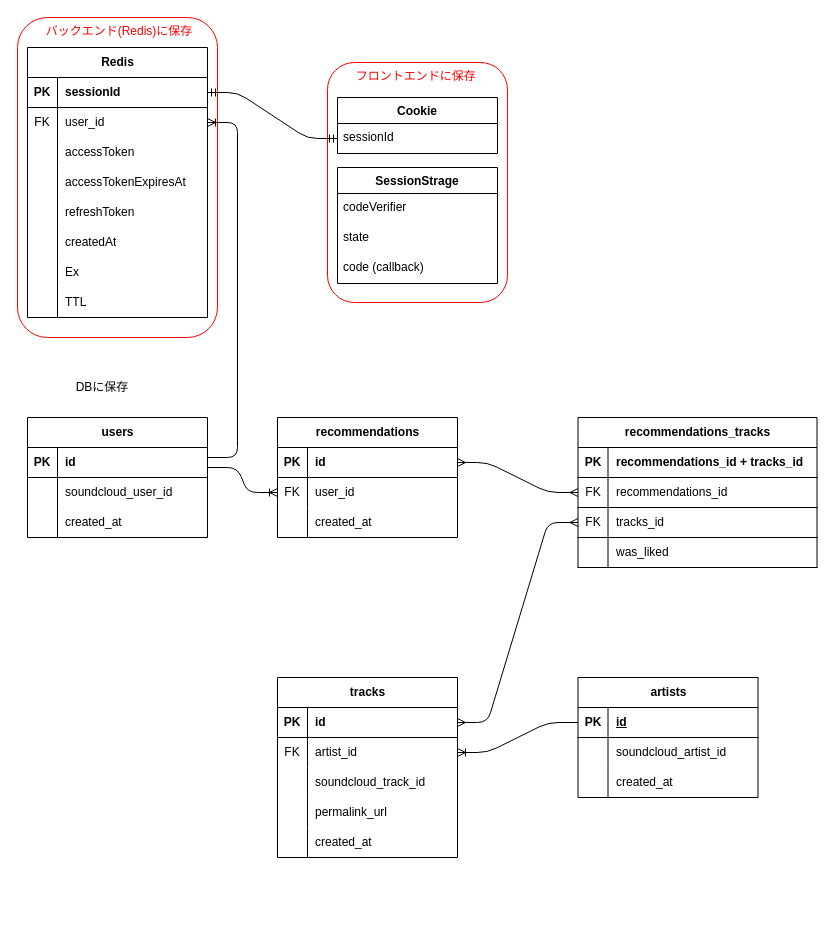
This is docs/er-diagram.drawio from eito0518/digbeats-v3, a draw.io file, before an edit. Source tidied: cells renumbered, new cells numbered last; positions are measured from the earlier drawing's top-left corner, leaving out a move shared by most shapes. Both pictures are drawn from the tidied source at 100%, with x=0, y=0 at pixel (17, 17).
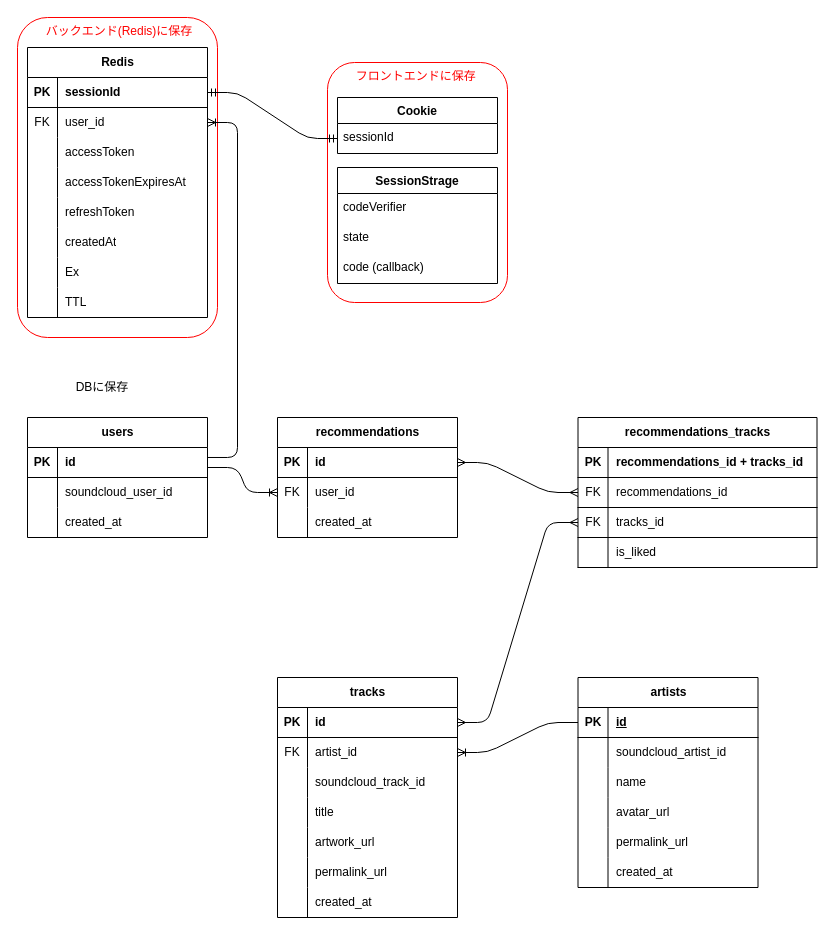
The same diagram, later.

Unchanged cells that the change refers to:
```xml
<mxCell id="66" style="shape=tableRow;horizontal=0;startSize=0;swimlaneHead=0;swimlaneBody=0;fillColor=none;top=0;left=0;right=0;bottom=0;" parent="56" vertex="1">
  <mxGeometry y="120" width="180" height="30" as="geometry" />
</mxCell>
<mxCell id="69" style="shape=tableRow;horizontal=0;startSize=0;swimlaneHead=0;swimlaneBody=0;fillColor=none;top=0;left=0;right=0;bottom=0;" parent="56" vertex="1">
  <mxGeometry y="150" width="180" height="30" as="geometry" />
</mxCell>
<mxCell id="79" style="shape=tableRow;horizontal=0;startSize=0;swimlaneHead=0;swimlaneBody=0;fillColor=none;top=0;left=0;right=0;bottom=0;" parent="72" vertex="1">
  <mxGeometry y="90" width="180" height="30" as="geometry" />
</mxCell>
<mxCell id="92" style="shape=tableRow;horizontal=0;startSize=0;swimlaneHead=0;swimlaneBody=0;fillColor=none;top=0;left=0;right=0;bottom=1;" parent="82" vertex="1">
  <mxGeometry y="120" width="239" height="30" as="geometry" />
</mxCell>
```

Change to the diagram source:
```diff
@@
     <mxCell id="56" value="tracks" style="shape=table;startSize=30;childLayout=tableLayout;rowLines=0;fontStyle=1;align=center;html=1;" parent="1" vertex="1">
-      <mxGeometry x="260" y="660" width="180" height="180" as="geometry" />
+      <mxGeometry x="260" y="660" width="180" height="240" as="geometry" />
     </mxCell>
@@
-    <mxCell id="68" value="permalink_url" style="shape=partialRectangle;fillColor=none;top=0;left=0;bottom=0;right=0;align=left;spacingLeft=6;overflow=hidden;whiteSpace=wrap;html=1;" parent="66" vertex="1">
+    <mxCell id="68" value="title" style="shape=partialRectangle;fillColor=none;top=0;left=0;bottom=0;right=0;align=left;spacingLeft=6;overflow=hidden;whiteSpace=wrap;html=1;" parent="66" vertex="1">
       <mxGeometry x="30" width="150" height="30" as="geometry" />
     </mxCell>
@@
-    <mxCell id="71" value="created_at" style="shape=partialRectangle;fillColor=none;top=0;left=0;bottom=0;right=0;align=left;spacingLeft=6;overflow=hidden;whiteSpace=wrap;html=1;" parent="69" vertex="1">
+    <mxCell id="71" value="artwork_url" style="shape=partialRectangle;fillColor=none;top=0;left=0;bottom=0;right=0;align=left;spacingLeft=6;overflow=hidden;whiteSpace=wrap;html=1;" parent="69" vertex="1">
       <mxGeometry x="30" width="150" height="30" as="geometry" />
     </mxCell>
+    <mxCell id="101" style="shape=tableRow;horizontal=0;startSize=0;swimlaneHead=0;swimlaneBody=0;fillColor=none;top=0;left=0;right=0;bottom=0;" parent="56" vertex="1">
+      <mxGeometry y="180" width="180" height="30" as="geometry" />
+    </mxCell>
+    <mxCell id="102" style="shape=partialRectangle;fillColor=none;top=0;left=0;bottom=0;right=0;overflow=hidden;whiteSpace=wrap;html=1;" parent="101" vertex="1">
+      <mxGeometry width="30" height="30" as="geometry" />
+    </mxCell>
+    <mxCell id="103" value="&lt;span style=&quot;color: rgb(0, 0, 0);&quot;&gt;permalink_url&lt;/span&gt;" style="shape=partialRectangle;fillColor=none;top=0;left=0;bottom=0;right=0;align=left;spacingLeft=6;overflow=hidden;whiteSpace=wrap;html=1;" parent="101" vertex="1">
+      <mxGeometry x="30" width="150" height="30" as="geometry" />
+    </mxCell>
+    <mxCell id="104" style="shape=tableRow;horizontal=0;startSize=0;swimlaneHead=0;swimlaneBody=0;fillColor=none;top=0;left=0;right=0;bottom=0;" parent="56" vertex="1">
+      <mxGeometry y="210" width="180" height="30" as="geometry" />
+    </mxCell>
+    <mxCell id="105" style="shape=partialRectangle;fillColor=none;top=0;left=0;bottom=0;right=0;overflow=hidden;whiteSpace=wrap;html=1;" parent="104" vertex="1">
+      <mxGeometry width="30" height="30" as="geometry" />
+    </mxCell>
+    <mxCell id="106" value="created_at" style="shape=partialRectangle;fillColor=none;top=0;left=0;bottom=0;right=0;align=left;spacingLeft=6;overflow=hidden;whiteSpace=wrap;html=1;" parent="104" vertex="1">
+      <mxGeometry x="30" width="150" height="30" as="geometry" />
+    </mxCell>
     <mxCell id="72" value="artists" style="shape=table;startSize=30;childLayout=tableLayout;rowLines=0;fontStyle=1;align=center;html=1;" parent="1" vertex="1">
-      <mxGeometry x="560.5" y="660" width="180" height="120" as="geometry" />
+      <mxGeometry x="560.5" y="660" width="180" height="210" as="geometry" />
     </mxCell>
@@
-    <mxCell id="81" value="created_at" style="shape=partialRectangle;fillColor=none;top=0;left=0;bottom=0;right=0;align=left;spacingLeft=6;overflow=hidden;whiteSpace=wrap;html=1;" parent="79" vertex="1">
+    <mxCell id="81" value="name" style="shape=partialRectangle;fillColor=none;top=0;left=0;bottom=0;right=0;align=left;spacingLeft=6;overflow=hidden;whiteSpace=wrap;html=1;" parent="79" vertex="1">
       <mxGeometry x="30" width="150" height="30" as="geometry" />
     </mxCell>
+    <mxCell id="107" style="shape=tableRow;horizontal=0;startSize=0;swimlaneHead=0;swimlaneBody=0;fillColor=none;top=0;left=0;right=0;bottom=0;" parent="72" vertex="1">
+      <mxGeometry y="120" width="180" height="30" as="geometry" />
+    </mxCell>
+    <mxCell id="108" style="shape=partialRectangle;fillColor=none;top=0;left=0;bottom=0;right=0;overflow=hidden;whiteSpace=wrap;html=1;" parent="107" vertex="1">
+      <mxGeometry width="30" height="30" as="geometry" />
+    </mxCell>
+    <mxCell id="109" value="&lt;span style=&quot;color: rgb(0, 0, 0);&quot;&gt;avatar_url&lt;/span&gt;" style="shape=partialRectangle;fillColor=none;top=0;left=0;bottom=0;right=0;align=left;spacingLeft=6;overflow=hidden;whiteSpace=wrap;html=1;" parent="107" vertex="1">
+      <mxGeometry x="30" width="150" height="30" as="geometry" />
+    </mxCell>
+    <mxCell id="110" style="shape=tableRow;horizontal=0;startSize=0;swimlaneHead=0;swimlaneBody=0;fillColor=none;top=0;left=0;right=0;bottom=0;" parent="72" vertex="1">
+      <mxGeometry y="150" width="180" height="30" as="geometry" />
+    </mxCell>
+    <mxCell id="111" style="shape=partialRectangle;fillColor=none;top=0;left=0;bottom=0;right=0;overflow=hidden;whiteSpace=wrap;html=1;" parent="110" vertex="1">
+      <mxGeometry width="30" height="30" as="geometry" />
+    </mxCell>
+    <mxCell id="112" value="&lt;span style=&quot;color: rgb(0, 0, 0);&quot;&gt;permalink_url&lt;/span&gt;" style="shape=partialRectangle;fillColor=none;top=0;left=0;bottom=0;right=0;align=left;spacingLeft=6;overflow=hidden;whiteSpace=wrap;html=1;" parent="110" vertex="1">
+      <mxGeometry x="30" width="150" height="30" as="geometry" />
+    </mxCell>
+    <mxCell id="113" style="shape=tableRow;horizontal=0;startSize=0;swimlaneHead=0;swimlaneBody=0;fillColor=none;top=0;left=0;right=0;bottom=0;" parent="72" vertex="1">
+      <mxGeometry y="180" width="180" height="30" as="geometry" />
+    </mxCell>
+    <mxCell id="114" style="shape=partialRectangle;fillColor=none;top=0;left=0;bottom=0;right=0;overflow=hidden;whiteSpace=wrap;html=1;" parent="113" vertex="1">
+      <mxGeometry width="30" height="30" as="geometry" />
+    </mxCell>
+    <mxCell id="115" value="created_at" style="shape=partialRectangle;fillColor=none;top=0;left=0;bottom=0;right=0;align=left;spacingLeft=6;overflow=hidden;whiteSpace=wrap;html=1;" parent="113" vertex="1">
+      <mxGeometry x="30" width="150" height="30" as="geometry" />
+    </mxCell>
@@
-    <mxCell id="94" value="&lt;span style=&quot;font-weight: normal;&quot;&gt;was_liked&lt;/span&gt;" style="shape=partialRectangle;fillColor=none;top=0;left=0;bottom=0;right=0;align=left;spacingLeft=6;fontStyle=1;overflow=hidden;whiteSpace=wrap;html=1;" parent="92" vertex="1">
+    <mxCell id="94" value="&lt;span style=&quot;font-weight: 400;&quot;&gt;is_liked&lt;/span&gt;" style="shape=partialRectangle;fillColor=none;top=0;left=0;bottom=0;right=0;align=left;spacingLeft=6;fontStyle=1;overflow=hidden;whiteSpace=wrap;html=1;" parent="92" vertex="1">
       <mxGeometry x="30" width="209" height="30" as="geometry" />
     </mxCell>
```
